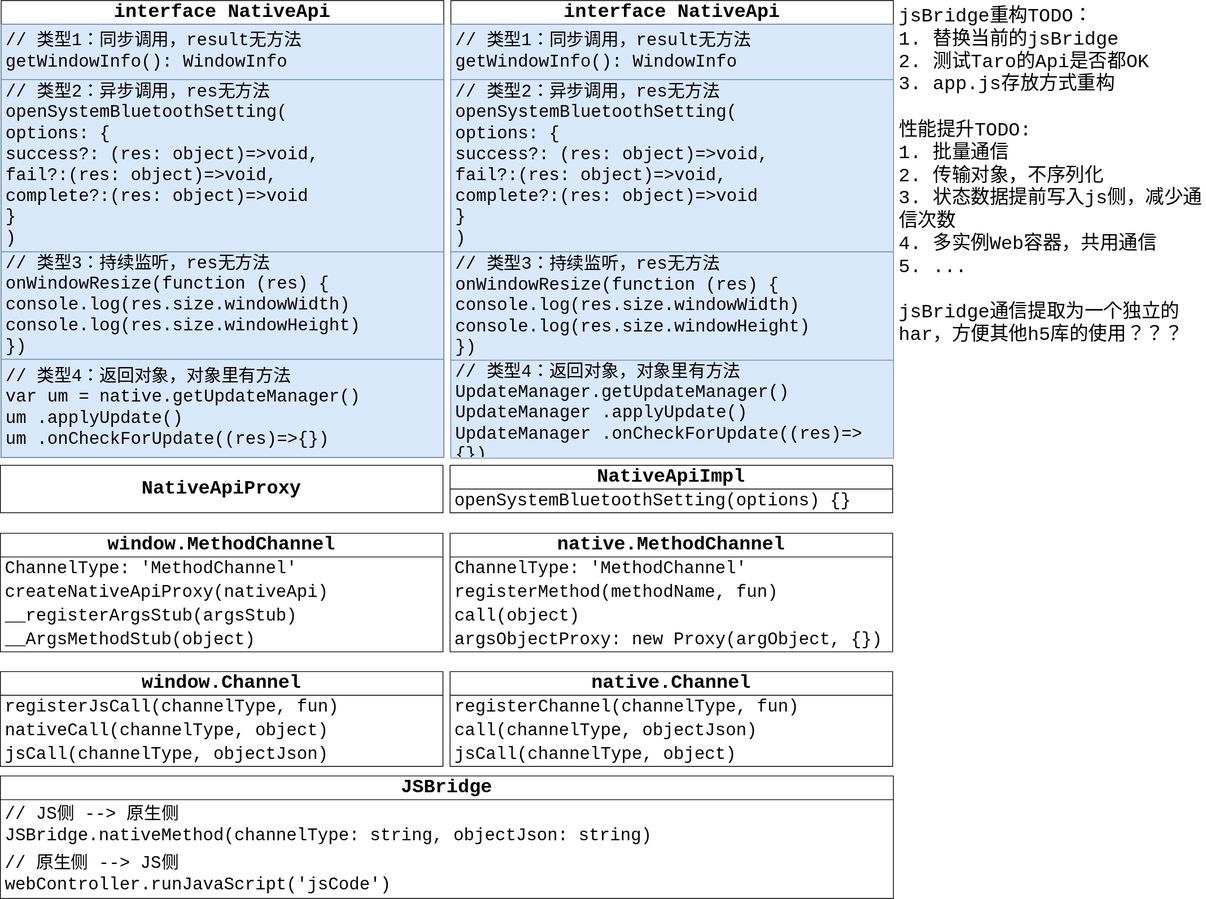
The draw.io diagram design/drawio/jsBridge通信2.drawio.svg in jiangfeng52/harmonyos-shell, before a commit. Source tidied: cells renumbered, new cells last; positions are measured from the earlier drawing's top-left corner, leaving out a move shared by most shapes.
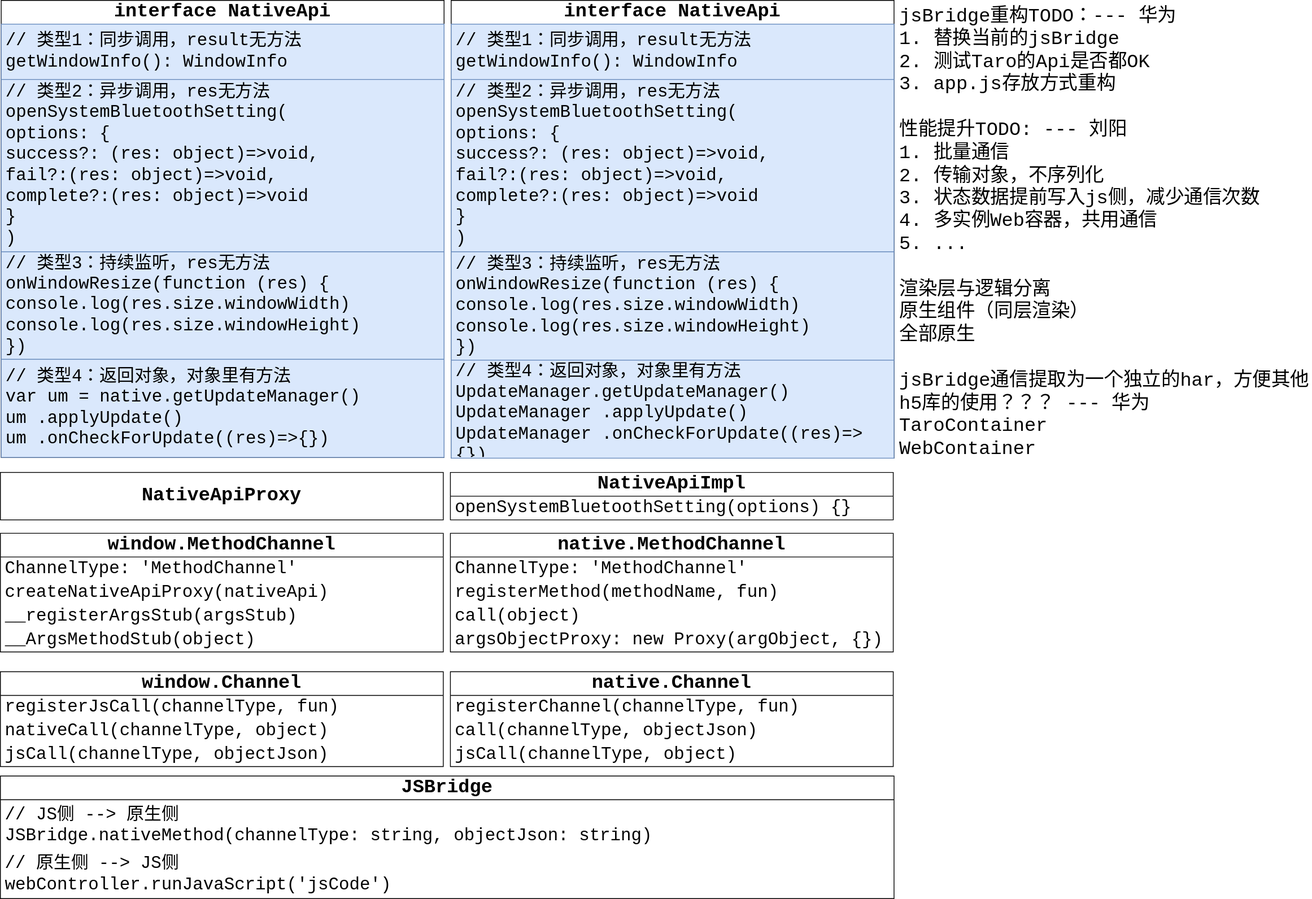
After the change.

Commit message:
JSBridge重构：修改了框架图

The edit, as a diff of the source:
```diff
@@ -66,7 +66,7 @@
       <mxGeometry y="454" width="560" height="124" as="geometry" />
     </mxCell>
     <mxCell id="23" value="NativeApiProxy" style="rounded=0;whiteSpace=wrap;html=1;hachureGap=4;fontFamily=Courier New;fontSize=24;fontStyle=1;" parent="1" vertex="1">
-      <mxGeometry y="588" width="560" height="60" as="geometry" />
+      <mxGeometry y="597" width="560" height="60" as="geometry" />
     </mxCell>
     <mxCell id="24" value="native.MethodChannel" style="swimlane;fontStyle=1;horizontal=1;startSize=30;whiteSpace=wrap;html=1;hachureGap=4;fontFamily=Courier New;fontSize=24;" parent="1" vertex="1">
       <mxGeometry x="569" y="674" width="560" height="150" as="geometry" />
@@ -84,7 +84,7 @@
       <mxGeometry y="120" width="560" height="30" as="geometry" />
     </mxCell>
     <mxCell id="29" value="NativeApiImpl" style="swimlane;fontStyle=1;horizontal=1;startSize=30;whiteSpace=wrap;html=1;hachureGap=4;fontFamily=Courier New;fontSize=24;" parent="1" vertex="1">
-      <mxGeometry x="569" y="588" width="560" height="60" as="geometry" />
+      <mxGeometry x="569" y="597" width="560" height="60" as="geometry" />
     </mxCell>
     <mxCell id="30" value="openSystemBluetoothSetting(options) {}" style="text;strokeColor=none;fillColor=none;align=left;verticalAlign=middle;spacingLeft=4;spacingRight=4;overflow=hidden;whiteSpace=wrap;html=1;fontSize=22;hachureGap=4;fontFamily=Courier New;" parent="29" vertex="1">
       <mxGeometry y="30" width="560" height="30" as="geometry" />
@@ -104,8 +104,8 @@
     <mxCell id="35" value="// 类型4：返回对象，对象里有方法&lt;br&gt;&lt;div&gt;UpdateManager.getUpdateManager()&lt;/div&gt;UpdateManager&lt;span style=&quot;background-color: initial;&quot;&gt;.applyUpdate()&lt;/span&gt;&lt;br&gt;UpdateManager&lt;span style=&quot;background-color: initial;&quot;&gt;.onCheckForUpdate((res)=&amp;gt;{})&lt;/span&gt;" style="text;strokeColor=#6c8ebf;fillColor=#dae8fc;align=left;verticalAlign=middle;spacingLeft=4;spacingRight=4;overflow=hidden;whiteSpace=wrap;html=1;fontSize=22;hachureGap=4;fontFamily=Courier New;" parent="31" vertex="1">
       <mxGeometry y="455" width="560" height="124" as="geometry" />
     </mxCell>
-    <mxCell id="36" value="jsBridge重构TODO：&lt;br&gt;1. 替换当前的jsBridge&lt;br style=&quot;border-color: var(--border-color);&quot;&gt;2. 测试Taro的Api是否都OK&lt;br style=&quot;border-color: var(--border-color);&quot;&gt;3. app.js存放方式重构&lt;br&gt;&lt;br&gt;性能提升TODO:&amp;nbsp;&lt;br&gt;1. 批量通信&lt;br&gt;2. 传输对象，不序列化&lt;br&gt;3. 状态数据提前写入js侧，减少通信次数&lt;br&gt;4. 多实例Web容器，共用通信&lt;br&gt;5. ...&lt;br&gt;&lt;br&gt;jsBridge通信提取为一个独立的har，方便其他h5库的使用？？？" style="text;html=1;strokeColor=none;fillColor=none;align=left;verticalAlign=top;whiteSpace=wrap;rounded=0;sketch=0;hachureGap=4;jiggle=2;curveFitting=1;fontFamily=Courier New;fontSize=24;" parent="1" vertex="1">
-      <mxGeometry x="1135" width="390" height="496" as="geometry" />
+    <mxCell id="36" value="jsBridge重构TODO：--- 华为&lt;br&gt;1. 替换当前的jsBridge&amp;nbsp;&lt;br style=&quot;border-color: var(--border-color);&quot;&gt;2. 测试Taro的Api是否都OK&amp;nbsp;&lt;br style=&quot;border-color: var(--border-color);&quot;&gt;3. app.js存放方式重构&amp;nbsp;&lt;br&gt;&lt;br&gt;性能提升TODO: --- 刘阳&lt;br&gt;1. 批量通信&lt;br&gt;2. 传输对象，不序列化&lt;br&gt;3. 状态数据提前写入js侧，减少通信次数&lt;br&gt;4. 多实例Web容器，共用通信&lt;br&gt;5. ...&lt;br&gt;&lt;br&gt;渲染层与逻辑分离&lt;br&gt;原生组件（同层渲染）&lt;br&gt;全部原生&lt;br&gt;&lt;br&gt;jsBridge通信提取为一个独立的har，方便其他h5库的使用？？？ --- 华为&lt;br&gt;TaroContainer&lt;br&gt;WebContainer" style="text;html=1;strokeColor=none;fillColor=none;align=left;verticalAlign=top;whiteSpace=wrap;rounded=0;sketch=0;hachureGap=4;jiggle=2;curveFitting=1;fontFamily=Courier New;fontSize=24;" parent="1" vertex="1">
+      <mxGeometry x="1135" width="523" height="744" as="geometry" />
     </mxCell>
   </root>
 </mxGraphModel>
```
